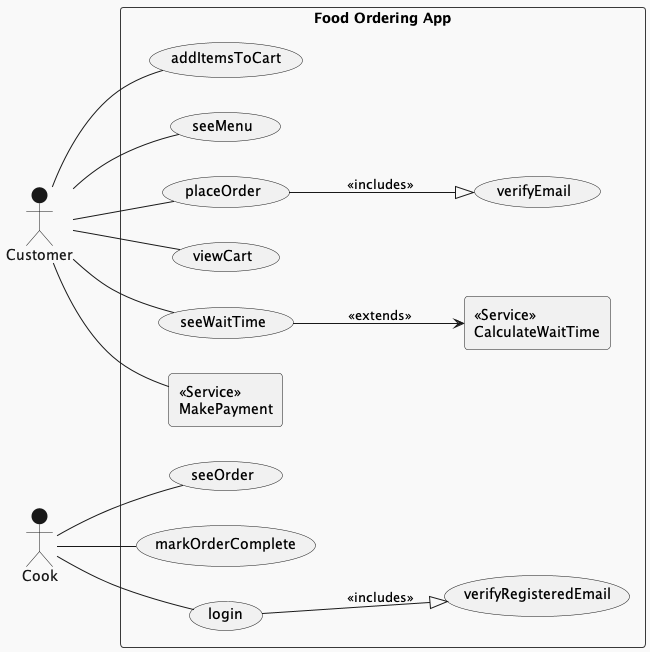
Earlier version of the PlantUML export out/DOCS/useCaseDia/Usecase.png (jayd719/DjangoFoodOrderingApp).
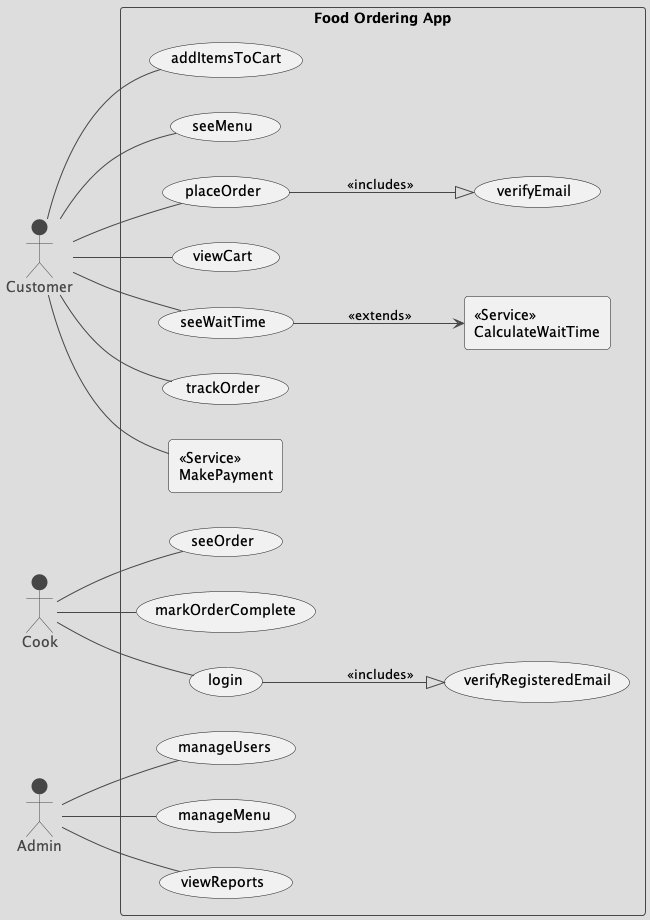
The same file after the commit.

Change to the diagram source:
```diff
@@ -1,5 +1,5 @@
 @startuml Usecase
-!theme mars
+!theme toy
 
 skinparam packageStyle rectangle
 left to right direction
@@ -7,6 +7,8 @@
 
 Actor Customer as customer
 Actor Cook as cook
+Actor Admin as admin
+
 
 
 
@@ -21,6 +23,11 @@
     usecase verifyEmail
     usecase verifyRegisteredEmail
     usecase login
+    usecase trackOrder
+
+    usecase manageUsers
+    usecase manageMenu
+    usecase viewReports
 
     rectangle "<<Service>>\nCalculateWaitTime" as serviceWaitTime
     rectangle "<<Service>>\nMakePayment" as servicePayment
@@ -33,6 +40,7 @@
 customer--seeWaitTime
 customer--servicePayment
 customer--viewCart
+customer--trackOrder
 
 
 seeWaitTime-->serviceWaitTime:<<extends>>
@@ -44,6 +52,10 @@
 login--|>verifyRegisteredEmail:<<includes>>
 placeOrder--|>verifyEmail:<<includes>>
 
+admin--manageMenu
+admin--manageUsers
+admin--viewReports
+
 
 
 @enduml
```
